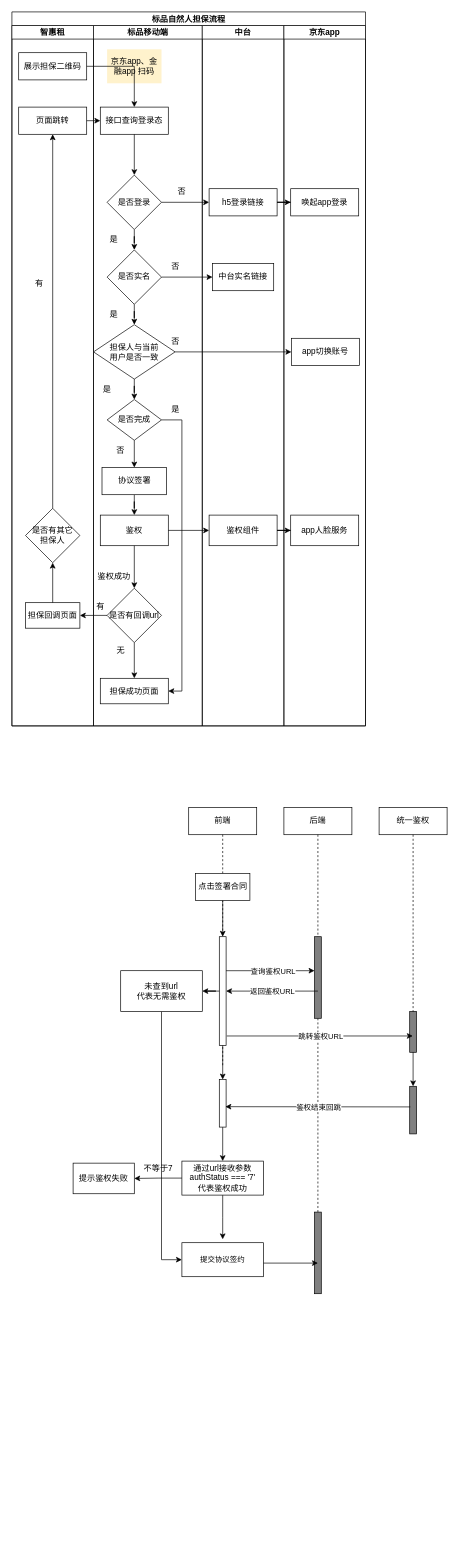
The draw.io diagram Untitled Diagram.drawio in senyawang/test, before the edit. Source tidied: cells renumbered, new cells numbered last; positions are measured from the earlier drawing's top-left corner, leaving out a move shared by most shapes. Both pictures are drawn from the tidied source at 68%, with x=0, y=0 at pixel (12, 12).
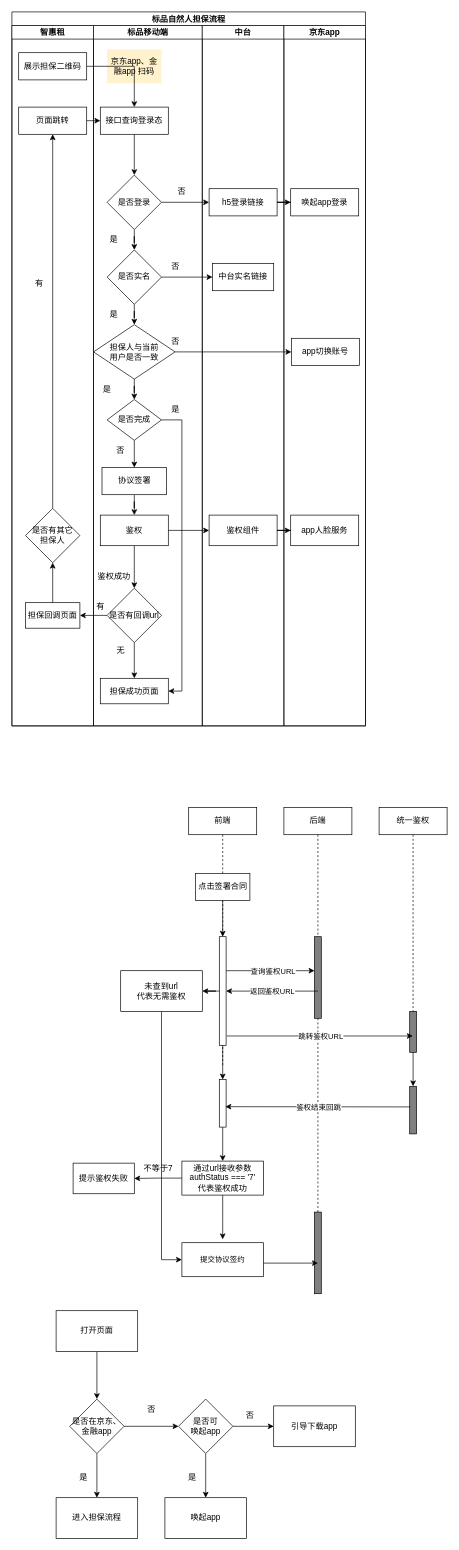
After the change.

Diff of the diagram source:
```diff
@@
+    <mxCell id="91" style="edgeStyle=orthogonalEdgeStyle;rounded=0;jettySize=auto;html=1;" parent="1" edge="1" source="92" target="95">
+      <mxGeometry relative="1" as="geometry" />
+    </mxCell>
+    <mxCell id="92" value="打开页面" style="rounded=0;whiteSpace=wrap;html=1;" parent="1" vertex="1">
+      <mxGeometry x="65" y="1910" width="120" height="60" as="geometry" />
+    </mxCell>
+    <mxCell id="93" style="edgeStyle=orthogonalEdgeStyle;rounded=0;jettySize=auto;html=1;" parent="1" edge="1" source="95" target="99">
+      <mxGeometry relative="1" as="geometry" />
+    </mxCell>
+    <mxCell id="94" style="edgeStyle=orthogonalEdgeStyle;rounded=0;jettySize=auto;html=1;" parent="1" edge="1" source="95" target="104">
+      <mxGeometry relative="1" as="geometry" />
+    </mxCell>
+    <mxCell id="95" value="是否在京东、金融app" style="rhombus;whiteSpace=wrap;html=1;rounded=0;" parent="1" vertex="1">
+      <mxGeometry x="85" y="2040" width="80" height="80" as="geometry" />
+    </mxCell>
+    <mxCell id="96" value="否" style="text;html=1;align=center;verticalAlign=middle;strokeColor=none;fillColor=none;" parent="1" vertex="1">
+      <mxGeometry x="185" y="2040" width="40" height="30" as="geometry" />
+    </mxCell>
+    <mxCell id="97" style="edgeStyle=orthogonalEdgeStyle;rounded=0;jettySize=auto;html=1;" parent="1" edge="1" source="99" target="100">
+      <mxGeometry relative="1" as="geometry" />
+    </mxCell>
+    <mxCell id="98" style="edgeStyle=orthogonalEdgeStyle;rounded=0;jettySize=auto;html=1;" parent="1" edge="1" source="99" target="102">
+      <mxGeometry relative="1" as="geometry" />
+    </mxCell>
+    <mxCell id="99" value="是否可&lt;br&gt;唤起app" style="rhombus;whiteSpace=wrap;html=1;rounded=0;" parent="1" vertex="1">
+      <mxGeometry x="245" y="2040" width="80" height="80" as="geometry" />
+    </mxCell>
+    <mxCell id="100" value="引导下载app" style="whiteSpace=wrap;html=1;rounded=0;" parent="1" vertex="1">
+      <mxGeometry x="385" y="2050" width="120" height="60" as="geometry" />
+    </mxCell>
+    <mxCell id="101" value="否" style="text;html=1;align=center;verticalAlign=middle;strokeColor=none;fillColor=none;" parent="1" vertex="1">
+      <mxGeometry x="330" y="2050" width="40" height="30" as="geometry" />
+    </mxCell>
+    <mxCell id="102" value="唤起app" style="whiteSpace=wrap;html=1;rounded=0;" parent="1" vertex="1">
+      <mxGeometry x="225" y="2185" width="120" height="60" as="geometry" />
+    </mxCell>
+    <mxCell id="103" value="是" style="text;html=1;align=center;verticalAlign=middle;strokeColor=none;fillColor=none;" parent="1" vertex="1">
+      <mxGeometry x="245" y="2140" width="40" height="30" as="geometry" />
+    </mxCell>
+    <mxCell id="104" value="进入担保流程" style="whiteSpace=wrap;html=1;rounded=0;" parent="1" vertex="1">
+      <mxGeometry x="65" y="2185" width="120" height="60" as="geometry" />
+    </mxCell>
+    <mxCell id="105" value="是" style="text;html=1;align=center;verticalAlign=middle;strokeColor=none;fillColor=none;" parent="1" vertex="1">
+      <mxGeometry x="85" y="2140" width="40" height="30" as="geometry" />
+    </mxCell>
```
